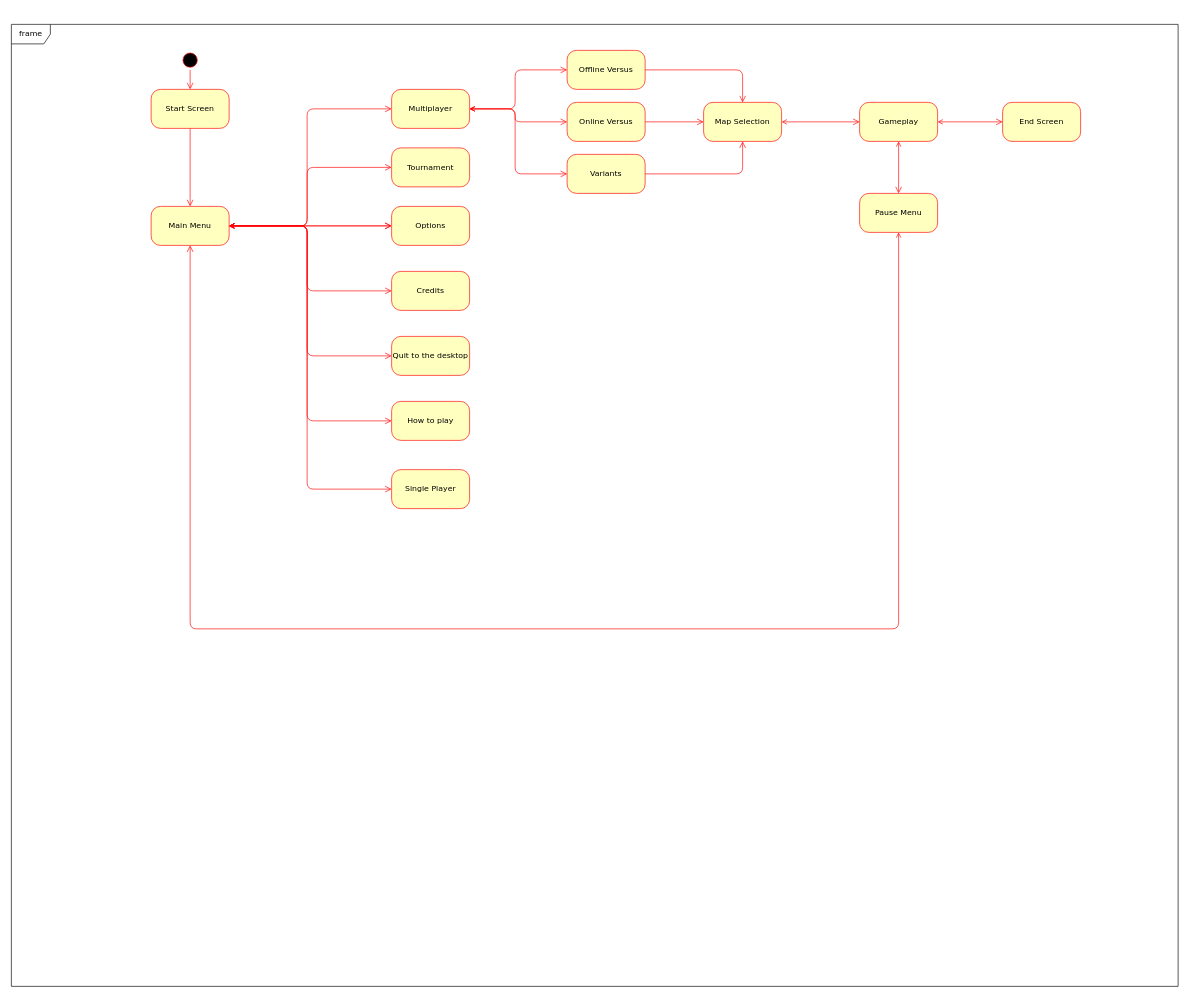
Mik0aj/nidhog keeps this draw.io diagram as documentation/game_menus_state_machine_diagram.drawio. Above is the earlier version. Source tidied: cells renumbered, new cells numbered last; positions are measured from the earlier drawing's top-left corner, leaving out a move shared by most shapes. Both pictures are drawn from the tidied source at 65%, with x=0, y=0 at pixel (11, 24).
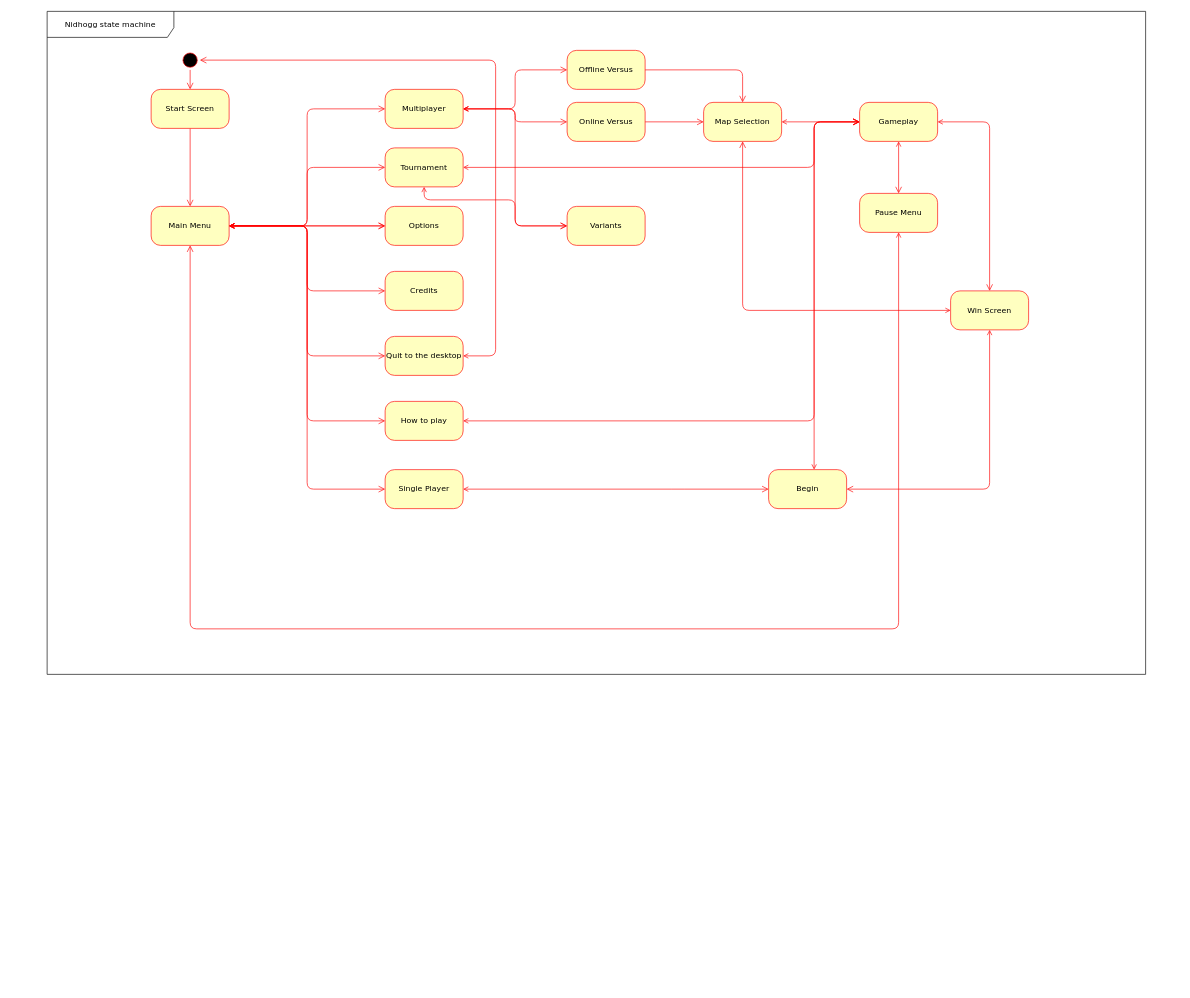
Above is the later version.

The change refers to these unchanged cells:
```xml
<mxCell id="3" style="ellipse;html=1;shape=startState;fillColor=#000000;strokeColor=#ff0000;rounded=1;shadow=0;comic=0;labelBackgroundColor=none;fontFamily=Verdana;fontSize=12;fontColor=#000000;align=center;direction=south;" parent="1" vertex="1">
  <mxGeometry x="260" y="40" width="30" height="30" as="geometry" />
</mxCell>
<mxCell id="33" value="Map Selection" style="rounded=1;whiteSpace=wrap;html=1;arcSize=24;fillColor=#ffffc0;strokeColor=#ff0000;shadow=0;comic=0;labelBackgroundColor=none;fontFamily=Verdana;fontSize=12;fontColor=#000000;align=center;" parent="1" vertex="1">
  <mxGeometry x="1065" y="120" width="120" height="60" as="geometry" />
</mxCell>
<mxCell id="36" value="Gameplay" style="rounded=1;whiteSpace=wrap;html=1;arcSize=24;fillColor=#ffffc0;strokeColor=#ff0000;shadow=0;comic=0;labelBackgroundColor=none;fontFamily=Verdana;fontSize=12;fontColor=#000000;align=center;" parent="1" vertex="1">
  <mxGeometry x="1305" y="120" width="120" height="60" as="geometry" />
</mxCell>
```

What changed in the source:
```diff
@@
-    <mxCell id="2" value="frame" style="shape=umlFrame;whiteSpace=wrap;html=1;rounded=1;shadow=0;comic=0;labelBackgroundColor=none;strokeWidth=1;fontFamily=Verdana;fontSize=12;align=center;" parent="1" vertex="1">
-      <mxGeometry width="1795" height="1480" as="geometry" />
+    <mxCell id="2" value="Nidhogg state machine" style="shape=umlFrame;whiteSpace=wrap;html=1;rounded=1;shadow=0;comic=0;labelBackgroundColor=none;strokeWidth=1;fontFamily=Verdana;fontSize=12;align=center;width=195;height=40;" parent="1" vertex="1">
+      <mxGeometry x="55" y="-20" width="1690" height="1020" as="geometry" />
     </mxCell>
@@
-    <mxCell id="17" style="edgeStyle=orthogonalEdgeStyle;rounded=1;jettySize=auto;html=1;strokeColor=#ff0000;align=left;verticalAlign=middle;fontFamily=Verdana;fontSize=12;fontColor=default;labelBackgroundColor=none;endArrow=open;endSize=8;startArrow=open;startFill=0;" parent="1" edge="1" source="18" target="31">
-      <mxGeometry relative="1" as="geometry">
-        <Array as="points">
-          <mxPoint x="775" y="130" />
-          <mxPoint x="775" y="230" />
-        </Array>
-      </mxGeometry>
+    <mxCell id="17" style="edgeStyle=orthogonalEdgeStyle;rounded=1;jettySize=auto;html=1;entryX=0;entryY=0.5;entryDx=0;entryDy=0;strokeColor=#ff0000;align=left;verticalAlign=middle;fontFamily=Verdana;fontSize=12;fontColor=default;labelBackgroundColor=none;startArrow=open;startFill=0;endArrow=open;endSize=8;" parent="1" edge="1" source="18" target="31">
+      <mxGeometry relative="1" as="geometry" />
     </mxCell>
     <mxCell id="18" value="Multiplayer" style="rounded=1;whiteSpace=wrap;html=1;arcSize=24;fillColor=#ffffc0;strokeColor=#ff0000;shadow=0;comic=0;labelBackgroundColor=none;fontFamily=Verdana;fontSize=12;fontColor=#000000;align=center;" parent="1" vertex="1">
-      <mxGeometry x="585" y="100" width="120" height="60" as="geometry" />
+      <mxGeometry x="575" y="100" width="120" height="60" as="geometry" />
     </mxCell>
+    <mxCell id="40" style="edgeStyle=orthogonalEdgeStyle;rounded=1;jettySize=auto;html=1;entryX=0;entryY=0.5;entryDx=0;entryDy=0;strokeColor=#ff0000;align=left;verticalAlign=middle;fontFamily=Verdana;fontSize=12;fontColor=default;labelBackgroundColor=none;startArrow=open;startFill=0;endArrow=open;endSize=8;" parent="1" edge="1" source="19" target="36">
+      <mxGeometry relative="1" as="geometry">
+        <Array as="points">
+          <mxPoint x="1235" y="220" />
+          <mxPoint x="1235" y="150" />
+        </Array>
+      </mxGeometry>
+    </mxCell>
+    <mxCell id="41" style="edgeStyle=orthogonalEdgeStyle;rounded=1;jettySize=auto;html=1;entryX=0;entryY=0.5;entryDx=0;entryDy=0;strokeColor=#ff0000;align=left;verticalAlign=middle;fontFamily=Verdana;fontSize=12;fontColor=default;labelBackgroundColor=none;startArrow=open;startFill=0;endArrow=open;endSize=8;" parent="1" edge="1" source="19" target="31">
+      <mxGeometry relative="1" as="geometry">
+        <Array as="points">
+          <mxPoint x="635" y="270" />
+          <mxPoint x="775" y="270" />
+          <mxPoint x="775" y="310" />
+        </Array>
+      </mxGeometry>
+    </mxCell>
     <mxCell id="19" value="Tournament" style="rounded=1;whiteSpace=wrap;html=1;arcSize=24;fillColor=#ffffc0;strokeColor=#ff0000;shadow=0;comic=0;labelBackgroundColor=none;fontFamily=Verdana;fontSize=12;fontColor=#000000;align=center;" parent="1" vertex="1">
-      <mxGeometry x="585" y="190" width="120" height="60" as="geometry" />
+      <mxGeometry x="575" y="190" width="120" height="60" as="geometry" />
     </mxCell>
@@
     <mxCell id="21" value="Options" style="rounded=1;whiteSpace=wrap;html=1;arcSize=24;fillColor=#ffffc0;strokeColor=#ff0000;shadow=0;comic=0;labelBackgroundColor=none;fontFamily=Verdana;fontSize=12;fontColor=#000000;align=center;" parent="1" vertex="1">
-      <mxGeometry x="585" y="280" width="120" height="60" as="geometry" />
+      <mxGeometry x="575" y="280" width="120" height="60" as="geometry" />
     </mxCell>
     <mxCell id="22" value="Credits" style="rounded=1;whiteSpace=wrap;html=1;arcSize=24;fillColor=#ffffc0;strokeColor=#ff0000;shadow=0;comic=0;labelBackgroundColor=none;fontFamily=Verdana;fontSize=12;fontColor=#000000;align=center;" parent="1" vertex="1">
-      <mxGeometry x="585" y="380" width="120" height="60" as="geometry" />
+      <mxGeometry x="575" y="380" width="120" height="60" as="geometry" />
     </mxCell>
+    <mxCell id="42" style="edgeStyle=orthogonalEdgeStyle;rounded=1;jettySize=auto;html=1;entryX=0.5;entryY=0;entryDx=0;entryDy=0;strokeColor=#ff0000;align=left;verticalAlign=middle;fontFamily=Verdana;fontSize=12;fontColor=default;labelBackgroundColor=none;startArrow=open;startFill=0;endArrow=open;endSize=8;" parent="1" edge="1" source="23" target="3">
+      <mxGeometry relative="1" as="geometry">
+        <Array as="points">
+          <mxPoint x="745" y="510" />
+          <mxPoint x="745" y="55" />
+        </Array>
+      </mxGeometry>
+    </mxCell>
     <mxCell id="23" value="Quit to the desktop" style="rounded=1;whiteSpace=wrap;html=1;arcSize=24;fillColor=#ffffc0;strokeColor=#ff0000;shadow=0;comic=0;labelBackgroundColor=none;fontFamily=Verdana;fontSize=12;fontColor=#000000;align=center;" parent="1" vertex="1">
-      <mxGeometry x="585" y="480" width="120" height="60" as="geometry" />
+      <mxGeometry x="575" y="480" width="120" height="60" as="geometry" />
     </mxCell>
+    <mxCell id="43" style="edgeStyle=orthogonalEdgeStyle;rounded=1;jettySize=auto;html=1;strokeColor=#ff0000;align=left;verticalAlign=middle;fontFamily=Verdana;fontSize=12;fontColor=default;labelBackgroundColor=none;startArrow=open;startFill=0;endArrow=open;endSize=8;entryX=0;entryY=0.5;entryDx=0;entryDy=0;" parent="1" edge="1" source="24" target="36">
+      <mxGeometry relative="1" as="geometry">
+        <Array as="points">
+          <mxPoint x="1235" y="610" />
+          <mxPoint x="1235" y="150" />
+        </Array>
+      </mxGeometry>
+    </mxCell>
     <mxCell id="24" value="How to play" style="rounded=1;whiteSpace=wrap;html=1;arcSize=24;fillColor=#ffffc0;strokeColor=#ff0000;shadow=0;comic=0;labelBackgroundColor=none;fontFamily=Verdana;fontSize=12;fontColor=#000000;align=center;" parent="1" vertex="1">
-      <mxGeometry x="585" y="580" width="120" height="60" as="geometry" />
+      <mxGeometry x="575" y="580" width="120" height="60" as="geometry" />
     </mxCell>
+    <mxCell id="44" style="edgeStyle=orthogonalEdgeStyle;rounded=1;jettySize=auto;html=1;strokeColor=#ff0000;align=left;verticalAlign=middle;fontFamily=Verdana;fontSize=12;fontColor=default;labelBackgroundColor=none;startArrow=open;startFill=0;endArrow=open;endSize=8;" parent="1" edge="1" source="25" target="47">
+      <mxGeometry relative="1" as="geometry">
+        <Array as="points">
+          <mxPoint x="1025" y="715" />
+          <mxPoint x="1025" y="715" />
+        </Array>
+      </mxGeometry>
+    </mxCell>
     <mxCell id="25" value="Single Player" style="rounded=1;whiteSpace=wrap;html=1;arcSize=24;fillColor=#ffffc0;strokeColor=#ff0000;shadow=0;comic=0;labelBackgroundColor=none;fontFamily=Verdana;fontSize=12;fontColor=#000000;align=center;" parent="1" vertex="1">
-      <mxGeometry x="585" y="685" width="120" height="60" as="geometry" />
+      <mxGeometry x="575" y="685" width="120" height="60" as="geometry" />
     </mxCell>
@@
-    <mxCell id="30" style="edgeStyle=orthogonalEdgeStyle;rounded=1;jettySize=auto;html=1;entryX=0.5;entryY=1;entryDx=0;entryDy=0;strokeColor=#ff0000;align=left;verticalAlign=middle;fontFamily=Verdana;fontSize=12;fontColor=default;labelBackgroundColor=none;endArrow=open;endSize=8;" parent="1" edge="1" source="31" target="33">
-      <mxGeometry relative="1" as="geometry" />
-    </mxCell>
     <mxCell id="31" value="Variants" style="rounded=1;whiteSpace=wrap;html=1;arcSize=24;fillColor=#ffffc0;strokeColor=#ff0000;shadow=0;comic=0;labelBackgroundColor=none;fontFamily=Verdana;fontSize=12;fontColor=#000000;align=center;" parent="1" vertex="1">
-      <mxGeometry x="855" y="200" width="120" height="60" as="geometry" />
+      <mxGeometry x="855" y="280" width="120" height="60" as="geometry" />
     </mxCell>
@@
-    <mxCell id="34" style="edgeStyle=orthogonalEdgeStyle;rounded=1;jettySize=auto;html=1;strokeColor=#ff0000;align=left;verticalAlign=middle;fontFamily=Verdana;fontSize=12;fontColor=default;labelBackgroundColor=none;endArrow=open;endSize=8;startArrow=open;startFill=0;" parent="1" edge="1" source="36" target="37">
-      <mxGeometry relative="1" as="geometry" />
-    </mxCell>
@@
+    <mxCell id="45" style="edgeStyle=orthogonalEdgeStyle;rounded=1;jettySize=auto;html=1;strokeColor=#ff0000;align=left;verticalAlign=middle;fontFamily=Verdana;fontSize=12;fontColor=default;labelBackgroundColor=none;startArrow=open;startFill=0;endArrow=open;endSize=8;" parent="1" edge="1" source="36" target="50">
+      <mxGeometry relative="1" as="geometry" />
+    </mxCell>
@@
-    <mxCell id="37" value="End Screen" style="rounded=1;whiteSpace=wrap;html=1;arcSize=24;fillColor=#ffffc0;strokeColor=#ff0000;shadow=0;comic=0;labelBackgroundColor=none;fontFamily=Verdana;fontSize=12;fontColor=#000000;align=center;" parent="1" vertex="1">
-      <mxGeometry x="1525" y="120" width="120" height="60" as="geometry" />
-    </mxCell>
@@
+    <mxCell id="46" style="edgeStyle=orthogonalEdgeStyle;rounded=1;jettySize=auto;html=1;entryX=0;entryY=0.5;entryDx=0;entryDy=0;strokeColor=#ff0000;align=left;verticalAlign=middle;fontFamily=Verdana;fontSize=12;fontColor=default;labelBackgroundColor=none;startArrow=open;startFill=0;endArrow=open;endSize=8;" parent="1" edge="1" source="47" target="36">
+      <mxGeometry relative="1" as="geometry">
+        <Array as="points">
+          <mxPoint x="1235" y="150" />
+        </Array>
+      </mxGeometry>
+    </mxCell>
+    <mxCell id="47" value="Begin" style="rounded=1;whiteSpace=wrap;html=1;arcSize=24;fillColor=#ffffc0;strokeColor=#ff0000;shadow=0;comic=0;labelBackgroundColor=none;fontFamily=Verdana;fontSize=12;fontColor=#000000;align=center;" parent="1" vertex="1">
+      <mxGeometry x="1165" y="685" width="120" height="60" as="geometry" />
+    </mxCell>
+    <mxCell id="48" style="edgeStyle=orthogonalEdgeStyle;rounded=1;jettySize=auto;html=1;entryX=1;entryY=0.5;entryDx=0;entryDy=0;strokeColor=#ff0000;align=left;verticalAlign=middle;fontFamily=Verdana;fontSize=12;fontColor=default;labelBackgroundColor=none;startArrow=open;startFill=0;endArrow=open;endSize=8;" parent="1" edge="1" source="50" target="47">
+      <mxGeometry relative="1" as="geometry">
+        <Array as="points">
+          <mxPoint x="1505" y="715" />
+        </Array>
+      </mxGeometry>
+    </mxCell>
+    <mxCell id="49" style="edgeStyle=orthogonalEdgeStyle;rounded=1;jettySize=auto;html=1;entryX=0.5;entryY=1;entryDx=0;entryDy=0;strokeColor=#ff0000;align=left;verticalAlign=middle;fontFamily=Verdana;fontSize=12;fontColor=default;labelBackgroundColor=none;startArrow=open;startFill=0;endArrow=open;endSize=8;" parent="1" edge="1" source="50" target="33">
+      <mxGeometry relative="1" as="geometry" />
+    </mxCell>
+    <mxCell id="50" value="Win Screen" style="rounded=1;whiteSpace=wrap;html=1;arcSize=24;fillColor=#ffffc0;strokeColor=#ff0000;shadow=0;comic=0;labelBackgroundColor=none;fontFamily=Verdana;fontSize=12;fontColor=#000000;align=center;" parent="1" vertex="1">
+      <mxGeometry x="1445" y="410" width="120" height="60" as="geometry" />
+    </mxCell>
```
